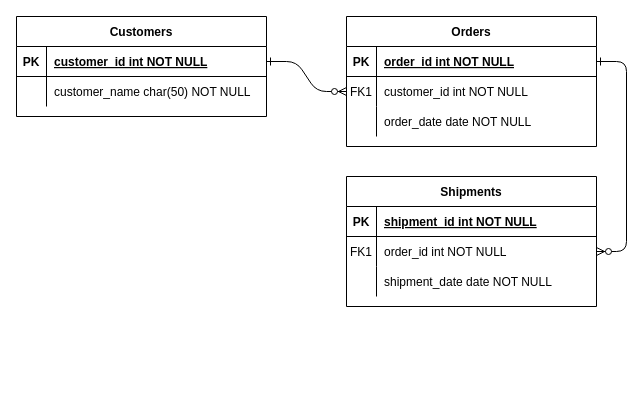
KESHAVSHARMA40/KESHAVGITHUB keeps this draw.io diagram as m1.drawio. Above is the earlier version. Source tidied: cells renumbered, new cells numbered last; positions are measured from the earlier drawing's top-left corner, leaving out a move shared by most shapes. Both pictures are drawn from the tidied source at 100%, with x=0, y=0 at pixel (16, 16).
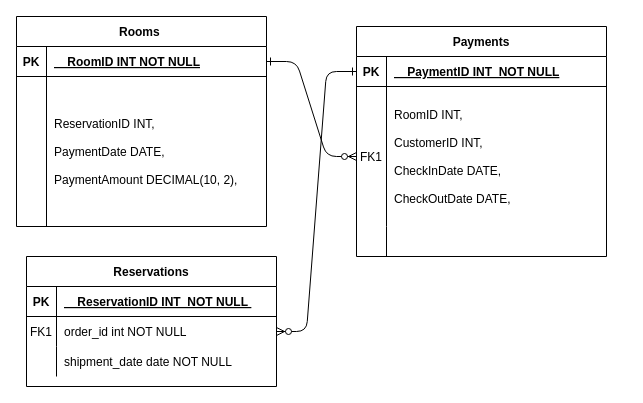
Above is the later version.

The change refers to these unchanged cells:
```xml
<mxCell id="5" style="shape=partialRectangle;fillColor=none;points=[[0,0.5],[1,0.5]];portConstraint=eastwest;top=0;left=0;right=0;bottom=1;" parent="4" vertex="1">
  <mxGeometry y="30" width="250" height="30" as="geometry" />
</mxCell>
<mxCell id="15" style="shape=partialRectangle;fillColor=none;top=0;left=0;right=0;bottom=1;" parent="14" vertex="1">
  <mxGeometry y="30" width="250" height="30" as="geometry" />
</mxCell>
<mxCell id="25" style="shape=partialRectangle;fillColor=none;points=[[0,0.5],[1,0.5]];portConstraint=eastwest;top=0;left=0;right=0;bottom=1;" parent="24" vertex="1">
  <mxGeometry y="30" width="250" height="30" as="geometry" />
</mxCell>
```

Diff of the diagram source:
```diff
@@
-    <mxCell id="4" value="Orders" style="shape=table;startSize=30;childLayout=tableLayout;rowLines=0;fontStyle=1;align=center;" parent="1" vertex="1">
-      <mxGeometry x="330" width="250" height="130" as="geometry" />
+    <mxCell id="4" value="Payments" style="shape=table;startSize=30;childLayout=tableLayout;rowLines=0;fontStyle=1;align=center;" parent="1" vertex="1">
+      <mxGeometry x="340" y="10" width="250" height="230" as="geometry" />
     </mxCell>
@@
-    <mxCell id="7" value="order_id int NOT NULL " style="shape=partialRectangle;overflow=hidden;fillColor=none;top=0;left=0;bottom=0;right=0;align=left;spacingLeft=6;fontStyle=5;" parent="5" vertex="1">
+    <mxCell id="7" value="    PaymentID INT  NOT NULL" style="shape=partialRectangle;overflow=hidden;fillColor=none;top=0;left=0;bottom=0;right=0;align=left;spacingLeft=6;fontStyle=5;" parent="5" vertex="1">
       <mxGeometry x="30" width="220" height="30" as="geometry" />
     </mxCell>
     <mxCell id="8" style="shape=partialRectangle;fillColor=none;points=[[0,0.5],[1,0.5]];portConstraint=eastwest;top=0;left=0;right=0;bottom=0;" parent="4" vertex="1">
-      <mxGeometry y="60" width="250" height="30" as="geometry" />
+      <mxGeometry y="60" width="250" height="140" as="geometry" />
     </mxCell>
     <mxCell id="9" value="FK1" style="shape=partialRectangle;overflow=hidden;fillColor=none;top=0;left=0;bottom=0;right=0;" parent="8" vertex="1">
-      <mxGeometry width="30" height="30" as="geometry" />
+      <mxGeometry width="30" height="140" as="geometry" />
     </mxCell>
-    <mxCell id="10" value="customer_id int NOT NULL" style="shape=partialRectangle;overflow=hidden;fillColor=none;top=0;left=0;bottom=0;right=0;align=left;spacingLeft=6;" parent="8" vertex="1">
-      <mxGeometry x="30" width="220" height="30" as="geometry" />
+    <mxCell id="10" value="RoomID INT,&#10;&#10;CustomerID INT,&#10;&#10;CheckInDate DATE,&#10;&#10;CheckOutDate DATE," style="shape=partialRectangle;overflow=hidden;fillColor=none;top=0;left=0;bottom=0;right=0;align=left;spacingLeft=6;" parent="8" vertex="1">
+      <mxGeometry x="30" width="220" height="140" as="geometry" />
     </mxCell>
     <mxCell id="11" style="shape=partialRectangle;fillColor=none;top=0;left=0;right=0;bottom=0;" parent="4" vertex="1">
-      <mxGeometry y="90" width="250" height="30" as="geometry" />
+      <mxGeometry y="200" width="250" height="30" as="geometry" />
     </mxCell>
@@
-    <mxCell id="13" value="order_date date NOT NULL" style="shape=partialRectangle;overflow=hidden;fillColor=none;top=0;left=0;bottom=0;right=0;align=left;spacingLeft=6;" parent="11" vertex="1">
+    <mxCell id="13" style="shape=partialRectangle;overflow=hidden;fillColor=none;top=0;left=0;bottom=0;right=0;align=left;spacingLeft=6;" parent="11" vertex="1">
       <mxGeometry x="30" width="220" height="30" as="geometry" />
     </mxCell>
-    <mxCell id="14" value="Shipments" style="shape=table;startSize=30;childLayout=tableLayout;rowLines=0;fontStyle=1;align=center;" parent="1" vertex="1">
-      <mxGeometry x="330" y="160" width="250" height="130" as="geometry" />
+    <mxCell id="14" value="Reservations" style="shape=table;startSize=30;childLayout=tableLayout;rowLines=0;fontStyle=1;align=center;" parent="1" vertex="1">
+      <mxGeometry x="10" y="240" width="250" height="130" as="geometry" />
     </mxCell>
@@
-    <mxCell id="17" value="shipment_id int NOT NULL " style="shape=partialRectangle;overflow=hidden;fillColor=none;top=0;left=0;bottom=0;right=0;align=left;spacingLeft=6;fontStyle=5;" parent="15" vertex="1">
+    <mxCell id="17" value="    ReservationID INT  NOT NULL " style="shape=partialRectangle;overflow=hidden;fillColor=none;top=0;left=0;bottom=0;right=0;align=left;spacingLeft=6;fontStyle=5;" parent="15" vertex="1">
       <mxGeometry x="30" width="220" height="30" as="geometry" />
     </mxCell>
@@
-    <mxCell id="24" value="Customers" style="shape=table;startSize=30;childLayout=tableLayout;rowLines=0;fontStyle=1;align=center;" parent="1" vertex="1">
-      <mxGeometry width="250" height="100" as="geometry" />
+    <mxCell id="24" value="Rooms " style="shape=table;startSize=30;childLayout=tableLayout;rowLines=0;fontStyle=1;align=center;" parent="1" vertex="1">
+      <mxGeometry width="250" height="210" as="geometry" />
     </mxCell>
@@
-    <mxCell id="27" value="customer_id int NOT NULL " style="shape=partialRectangle;overflow=hidden;fillColor=none;top=0;left=0;bottom=0;right=0;align=left;spacingLeft=6;fontStyle=5;" parent="25" vertex="1">
+    <mxCell id="27" value="    RoomID INT NOT NULL" style="shape=partialRectangle;overflow=hidden;fillColor=none;top=0;left=0;bottom=0;right=0;align=left;spacingLeft=6;fontStyle=5;" parent="25" vertex="1">
       <mxGeometry x="30" width="220" height="30" as="geometry" />
     </mxCell>
     <mxCell id="28" style="shape=partialRectangle;fillColor=none;top=0;left=0;right=0;bottom=0;" parent="24" vertex="1">
-      <mxGeometry y="60" width="250" height="30" as="geometry" />
+      <mxGeometry y="60" width="250" height="150" as="geometry" />
     </mxCell>
     <mxCell id="29" style="shape=partialRectangle;overflow=hidden;fillColor=none;top=0;left=0;bottom=0;right=0;" parent="28" vertex="1">
-      <mxGeometry width="30" height="30" as="geometry" />
+      <mxGeometry width="30" height="150" as="geometry" />
     </mxCell>
-    <mxCell id="30" value="customer_name char(50) NOT NULL" style="shape=partialRectangle;overflow=hidden;fillColor=none;top=0;left=0;bottom=0;right=0;align=left;spacingLeft=6;" parent="28" vertex="1">
-      <mxGeometry x="30" width="220" height="30" as="geometry" />
+    <mxCell id="30" value="ReservationID INT,&#10;   &#10;PaymentDate DATE,&#10;&#10;PaymentAmount DECIMAL(10, 2)," style="shape=partialRectangle;overflow=hidden;fillColor=none;top=0;left=0;bottom=0;right=0;align=left;spacingLeft=6;" parent="28" vertex="1">
+      <mxGeometry x="30" width="220" height="150" as="geometry" />
     </mxCell>
```
